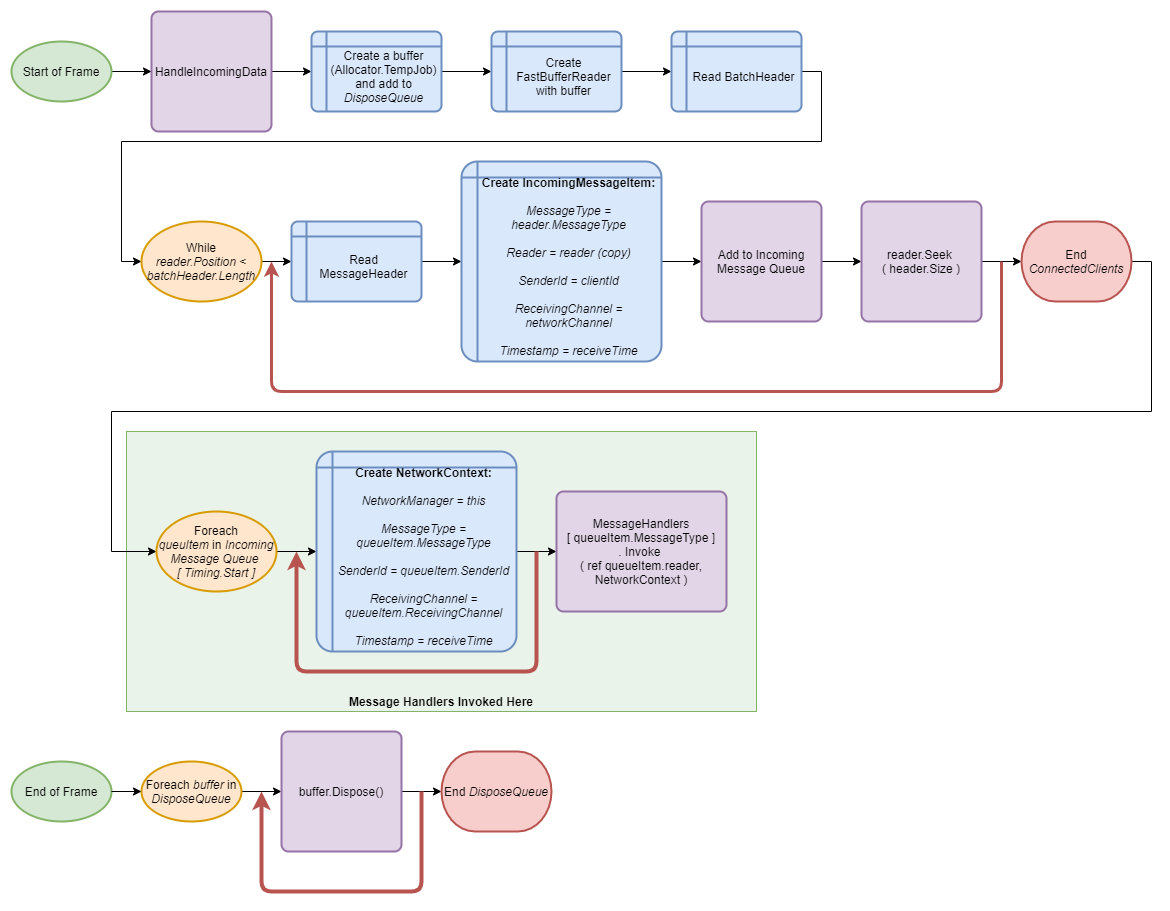
The draw.io diagram text/0029-zero-alloc-messaging-flow/receiving.png in Unity-Technologies/com.unity.multiplayer.rfcs, before a commit. Source tidied: cells renumbered, new cells last; positions are measured from the earlier drawing's top-left corner, leaving out a move shared by most shapes.
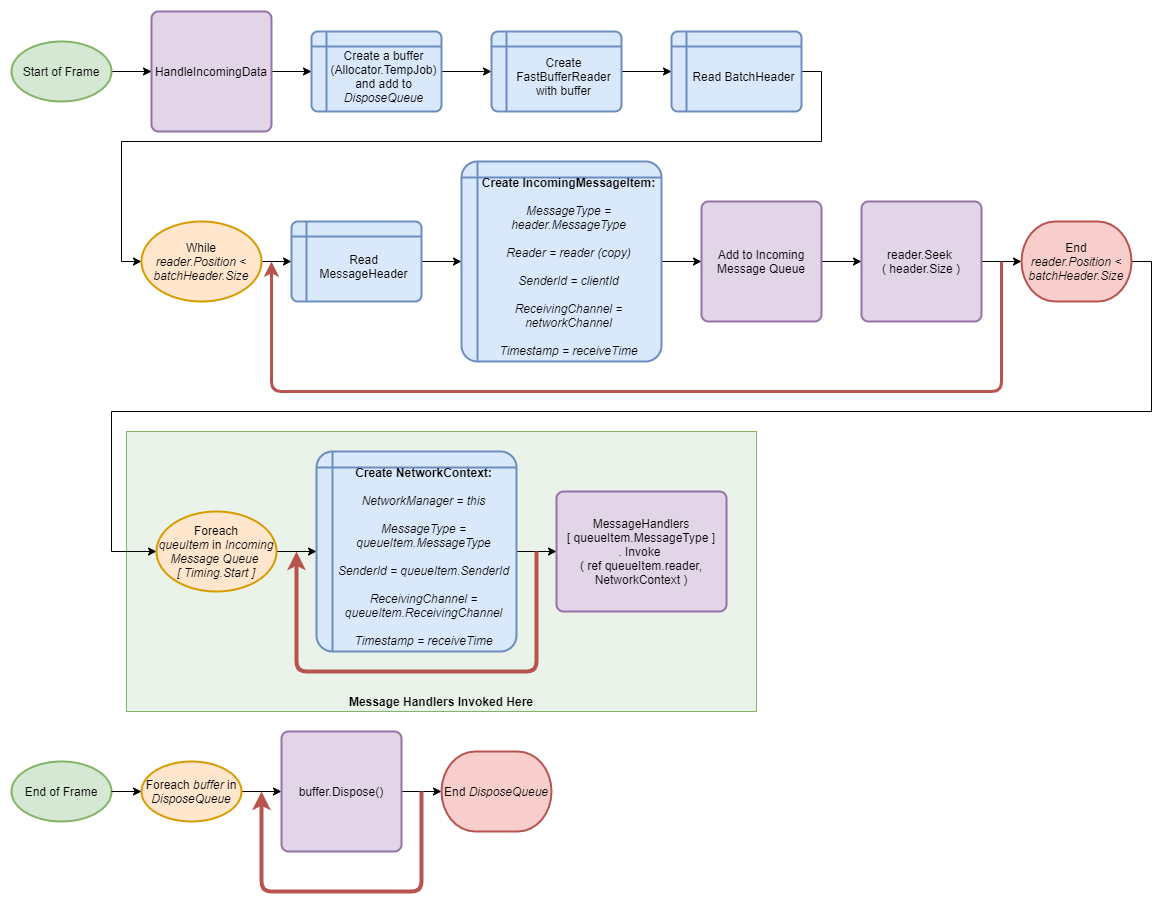
The same diagram one commit later.

Commit message:
Fixed copy/paste error in receiving diagram

The edit, as a diff of the source:
```diff
@@ -93,7 +93,7 @@
     <mxCell id="24" style="edgeStyle=orthogonalEdgeStyle;rounded=0;jettySize=auto;html=1;exitX=1;exitY=0.5;exitDx=0;exitDy=0;exitPerimeter=0;entryX=0;entryY=0.5;entryDx=0;entryDy=0;" parent="1" edge="1" source="25" target="27">
       <mxGeometry relative="1" as="geometry" />
     </mxCell>
-    <mxCell id="25" value="While &lt;i&gt;reader.Position&lt;/i&gt;&amp;nbsp;&amp;lt; &lt;i&gt;batchHeader.Length&lt;/i&gt;" style="strokeWidth=2;html=1;shape=mxgraph.flowchart.start_1;whiteSpace=wrap;fillColor=#ffe6cc;strokeColor=#d79b00;" parent="1" vertex="1">
+    <mxCell id="25" value="While &lt;i&gt;reader.Position&lt;/i&gt;&amp;nbsp;&amp;lt; &lt;i&gt;batchHeader.Size&lt;/i&gt;" style="strokeWidth=2;html=1;shape=mxgraph.flowchart.start_1;whiteSpace=wrap;fillColor=#ffe6cc;strokeColor=#d79b00;" parent="1" vertex="1">
       <mxGeometry x="130" y="210" width="120" height="80" as="geometry" />
     </mxCell>
     <mxCell id="26" style="edgeStyle=orthogonalEdgeStyle;rounded=0;jettySize=auto;html=1;exitX=1;exitY=0.5;exitDx=0;exitDy=0;entryX=0;entryY=0.5;entryDx=0;entryDy=0;" parent="1" edge="1" source="27" target="29">
@@ -130,7 +130,7 @@
         </Array>
       </mxGeometry>
     </mxCell>
-    <mxCell id="35" value="End &lt;i&gt;ConnectedClients&lt;/i&gt;" style="strokeWidth=2;html=1;shape=mxgraph.flowchart.terminator;whiteSpace=wrap;labelBackgroundColor=none;fillColor=#f8cecc;strokeColor=#b85450;" parent="1" vertex="1">
+    <mxCell id="35" value="End&lt;br&gt;&lt;i&gt;reader.Position &amp;lt; batchHeader.Size&lt;/i&gt;" style="strokeWidth=2;html=1;shape=mxgraph.flowchart.terminator;whiteSpace=wrap;labelBackgroundColor=none;fillColor=#f8cecc;strokeColor=#b85450;" parent="1" vertex="1">
       <mxGeometry x="1010" y="210" width="110" height="80" as="geometry" />
     </mxCell>
     <mxCell id="36" style="endArrow=classic;html=1;strokeWidth=3;fillColor=#f8cecc;strokeColor=#b85450;" parent="1" edge="1">
```
